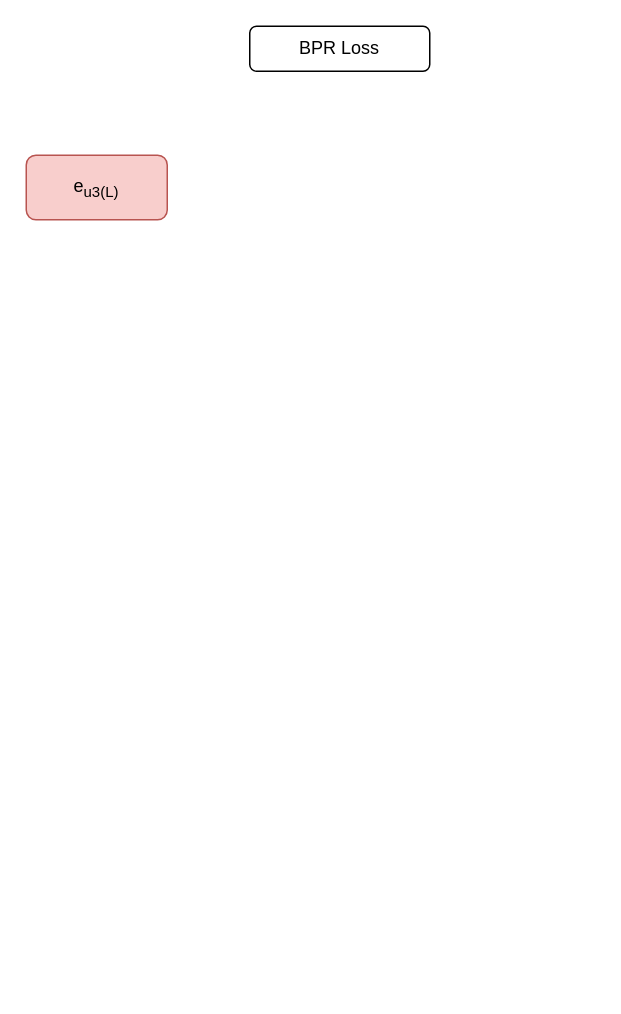
Before: MyGNN.drawio in ZYNsama666/BackUp, a draw.io diagram. Source tidied: cells renumbered, new cells numbered last; positions are measured from the earlier drawing's top-left corner, leaving out a move shared by most shapes. Both pictures are drawn from the tidied source at 150%, with x=0, y=0 at pixel (26, 26).
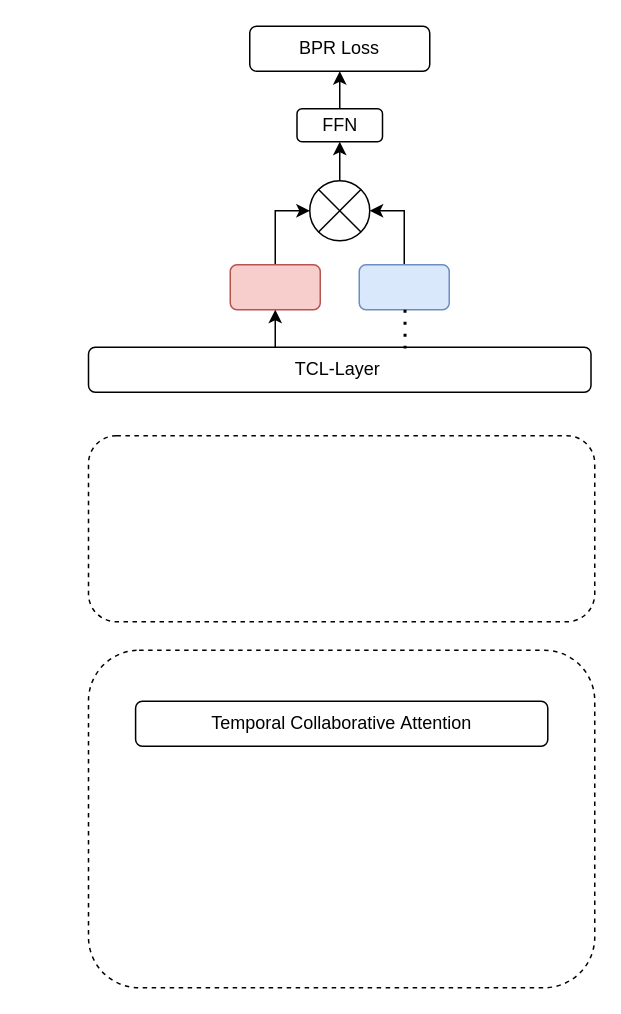
The same diagram, later.

The change refers to these unchanged cells:
```xml
<mxCell id="2" value="BPR Loss" style="rounded=1;whiteSpace=wrap;html=1;" parent="1" vertex="1">
  <mxGeometry x="149" width="120" height="30" as="geometry" />
</mxCell>
```

What changed in the source:
```diff
@@
+    <mxCell id="4" style="edgeStyle=orthogonalEdgeStyle;rounded=0;jettySize=auto;html=1;entryX=0;entryY=0.5;entryDx=0;entryDy=0;" parent="1" edge="1" source="3" target="10">
+      <mxGeometry relative="1" as="geometry" />
+    </mxCell>
-    <mxCell id="3" value="e&lt;sub&gt;u3(L)&lt;/sub&gt;" style="rounded=1;whiteSpace=wrap;html=1;fillColor=#f8cecc;strokeColor=#b85450;" parent="1" vertex="1">
-      <mxGeometry y="86" width="94" height="43" as="geometry" />
+    <mxCell id="3" style="rounded=1;whiteSpace=wrap;html=1;fillColor=#f8cecc;strokeColor=#b85450;" parent="1" vertex="1">
+      <mxGeometry x="136" y="159" width="60" height="30" as="geometry" />
     </mxCell>
+    <mxCell id="5" style="edgeStyle=orthogonalEdgeStyle;rounded=0;jettySize=auto;html=1;entryX=1;entryY=0.5;entryDx=0;entryDy=0;" parent="1" edge="1" source="6" target="10">
+      <mxGeometry relative="1" as="geometry" />
+    </mxCell>
+    <mxCell id="6" style="rounded=1;whiteSpace=wrap;html=1;fillColor=#dae8fc;strokeColor=#6c8ebf;" parent="1" vertex="1">
+      <mxGeometry x="222" y="159" width="60" height="30" as="geometry" />
+    </mxCell>
+    <mxCell id="7" style="edgeStyle=orthogonalEdgeStyle;rounded=0;jettySize=auto;html=1;entryX=0.5;entryY=1;entryDx=0;entryDy=0;" parent="1" edge="1" source="8" target="2">
+      <mxGeometry relative="1" as="geometry" />
+    </mxCell>
+    <mxCell id="8" value="FFN" style="rounded=1;whiteSpace=wrap;html=1;" parent="1" vertex="1">
+      <mxGeometry x="180.5" y="55" width="57" height="22" as="geometry" />
+    </mxCell>
+    <mxCell id="9" style="edgeStyle=orthogonalEdgeStyle;rounded=0;jettySize=auto;html=1;entryX=0.5;entryY=1;entryDx=0;entryDy=0;" parent="1" edge="1" source="10" target="8">
+      <mxGeometry relative="1" as="geometry" />
+    </mxCell>
+    <mxCell id="10" style="ellipse;whiteSpace=wrap;html=1;" parent="1" vertex="1">
+      <mxGeometry x="189" y="103" width="40" height="40" as="geometry" />
+    </mxCell>
+    <mxCell id="11" style="endArrow=none;html=1;rounded=0;entryX=0;entryY=0;entryDx=0;entryDy=0;exitX=1;exitY=1;exitDx=0;exitDy=0;" parent="1" edge="1" source="10" target="10">
+      <mxGeometry relative="1" as="geometry" />
+    </mxCell>
+    <mxCell id="12" style="endArrow=none;html=1;rounded=0;entryX=1;entryY=0;entryDx=0;entryDy=0;exitX=0;exitY=1;exitDx=0;exitDy=0;" parent="1" edge="1" source="10" target="10">
+      <mxGeometry relative="1" as="geometry" />
+    </mxCell>
+    <mxCell id="13" value="TCL-Layer&amp;nbsp;" style="rounded=1;whiteSpace=wrap;html=1;" parent="1" vertex="1">
+      <mxGeometry x="41.5" y="214" width="335" height="30" as="geometry" />
+    </mxCell>
+    <mxCell id="14" style="endArrow=classic;html=1;rounded=0;entryX=0.5;entryY=1;entryDx=0;entryDy=0;" parent="1" edge="1" target="3">
+      <mxGeometry relative="1" as="geometry">
+        <mxPoint x="166" y="214" as="sourcePoint" />
+      </mxGeometry>
+    </mxCell>
+    <mxCell id="15" style="endArrow=none;dashed=1;html=1;dashPattern=1 3;strokeWidth=2;rounded=0;entryX=0.63;entryY=0.026;entryDx=0;entryDy=0;entryPerimeter=0;" parent="1" edge="1" target="13">
+      <mxGeometry relative="1" as="geometry">
+        <mxPoint x="252.5" y="189" as="sourcePoint" />
+      </mxGeometry>
+    </mxCell>
+    <mxCell id="16" style="rounded=1;whiteSpace=wrap;html=1;dashed=1;" parent="1" vertex="1">
+      <mxGeometry x="41.5" y="273" width="337.5" height="124" as="geometry" />
+    </mxCell>
+    <mxCell id="17" style="rounded=1;whiteSpace=wrap;html=1;dashed=1;" parent="1" vertex="1">
+      <mxGeometry x="41.5" y="416" width="337.5" height="225" as="geometry" />
+    </mxCell>
+    <mxCell id="18" value="Temporal Collaborative&amp;nbsp;Attention" style="rounded=1;whiteSpace=wrap;html=1;" parent="1" vertex="1">
+      <mxGeometry x="72.9" y="450" width="274.8" height="30" as="geometry" />
+    </mxCell>
```
